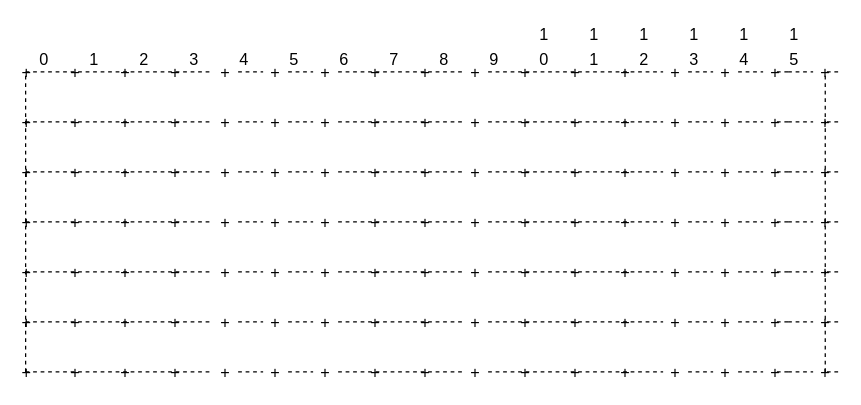
Above: ResourceRecord.drawio in RakshanPremsagar/Thesis (draw.io), before the change. Source tidied: cells renumbered, new cells numbered last; positions are measured from the earlier drawing's top-left corner, leaving out a move shared by most shapes. Both pictures are drawn from the tidied source at 125%, with x=0, y=0 at pixel (25, 21).
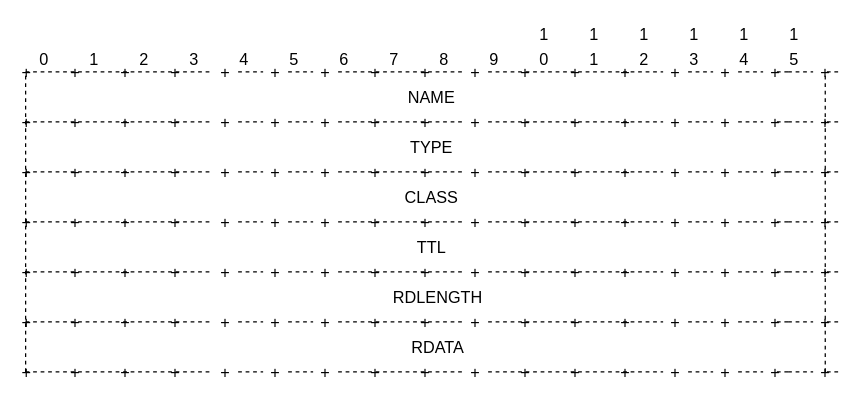
The same page after the edit.

Diff of the diagram source:
```diff
@@
-    <mxCell id="186" style="endArrow=none;dashed=1;html=1;fontSize=13;" parent="1" edge="1" source="187">
+    <mxCell id="186" style="endArrow=none;dashed=1;html=1;fontSize=13;" parent="1" edge="1">
       <mxGeometry relative="1" as="geometry">
+        <mxPoint x="650" y="40" as="sourcePoint" />
         <mxPoint x="640" y="40" as="targetPoint" />
       </mxGeometry>
     </mxCell>
-    <mxCell id="187" value="+" style="text;html=1;strokeColor=none;fillColor=none;align=center;verticalAlign=middle;whiteSpace=wrap;rounded=0;dashed=1;dashPattern=1 1;fontSize=13;" parent="1" vertex="1">
-      <mxGeometry x="630" y="30" width="20" height="20" as="geometry" />
-    </mxCell>
-    <mxCell id="188" style="endArrow=none;dashed=1;html=1;fontSize=13;" parent="1" edge="1" target="187">
+    <mxCell id="188" style="endArrow=none;dashed=1;html=1;fontSize=13;" parent="1" edge="1">
       <mxGeometry relative="1" as="geometry">
         <mxPoint x="610" y="40" as="sourcePoint" />
+        <mxPoint x="630" y="40" as="targetPoint" />
       </mxGeometry>
     </mxCell>
@@
+    <mxCell id="215" value="RDLENGTH" style="text;html=1;strokeColor=none;fillColor=none;align=center;verticalAlign=middle;whiteSpace=wrap;rounded=0;dashed=1;dashPattern=1 1;fontSize=13;" parent="1" vertex="1">
+      <mxGeometry x="310" y="210" width="40" height="20" as="geometry" />
+    </mxCell>
+    <mxCell id="216" value="RDATA" style="text;html=1;strokeColor=none;fillColor=none;align=center;verticalAlign=middle;whiteSpace=wrap;rounded=0;dashed=1;dashPattern=1 1;fontSize=13;" parent="1" vertex="1">
+      <mxGeometry x="310" y="250" width="40" height="20" as="geometry" />
+    </mxCell>
+    <mxCell id="217" value="TTL" style="text;html=1;strokeColor=none;fillColor=none;align=center;verticalAlign=middle;whiteSpace=wrap;rounded=0;dashed=1;dashPattern=1 1;fontSize=13;" parent="1" vertex="1">
+      <mxGeometry x="305" y="170" width="40" height="20" as="geometry" />
+    </mxCell>
+    <mxCell id="218" value="CLASS" style="text;html=1;strokeColor=none;fillColor=none;align=center;verticalAlign=middle;whiteSpace=wrap;rounded=0;dashed=1;dashPattern=1 1;fontSize=13;" parent="1" vertex="1">
+      <mxGeometry x="305" y="130" width="40" height="20" as="geometry" />
+    </mxCell>
+    <mxCell id="219" value="TYPE" style="text;html=1;strokeColor=none;fillColor=none;align=center;verticalAlign=middle;whiteSpace=wrap;rounded=0;dashed=1;dashPattern=1 1;fontSize=13;" parent="1" vertex="1">
+      <mxGeometry x="305" y="90" width="40" height="20" as="geometry" />
+    </mxCell>
+    <mxCell id="220" value="NAME" style="text;html=1;strokeColor=none;fillColor=none;align=center;verticalAlign=middle;whiteSpace=wrap;rounded=0;dashed=1;dashPattern=1 1;fontSize=13;" parent="1" vertex="1">
+      <mxGeometry x="305" y="50" width="40" height="20" as="geometry" />
+    </mxCell>
+    <mxCell id="187" value="+" style="text;html=1;strokeColor=none;fillColor=none;align=center;verticalAlign=middle;whiteSpace=wrap;rounded=0;dashed=1;dashPattern=1 1;fontSize=13;" parent="1" vertex="1">
+      <mxGeometry x="630" y="30" width="20" height="20" as="geometry" />
+    </mxCell>
```
